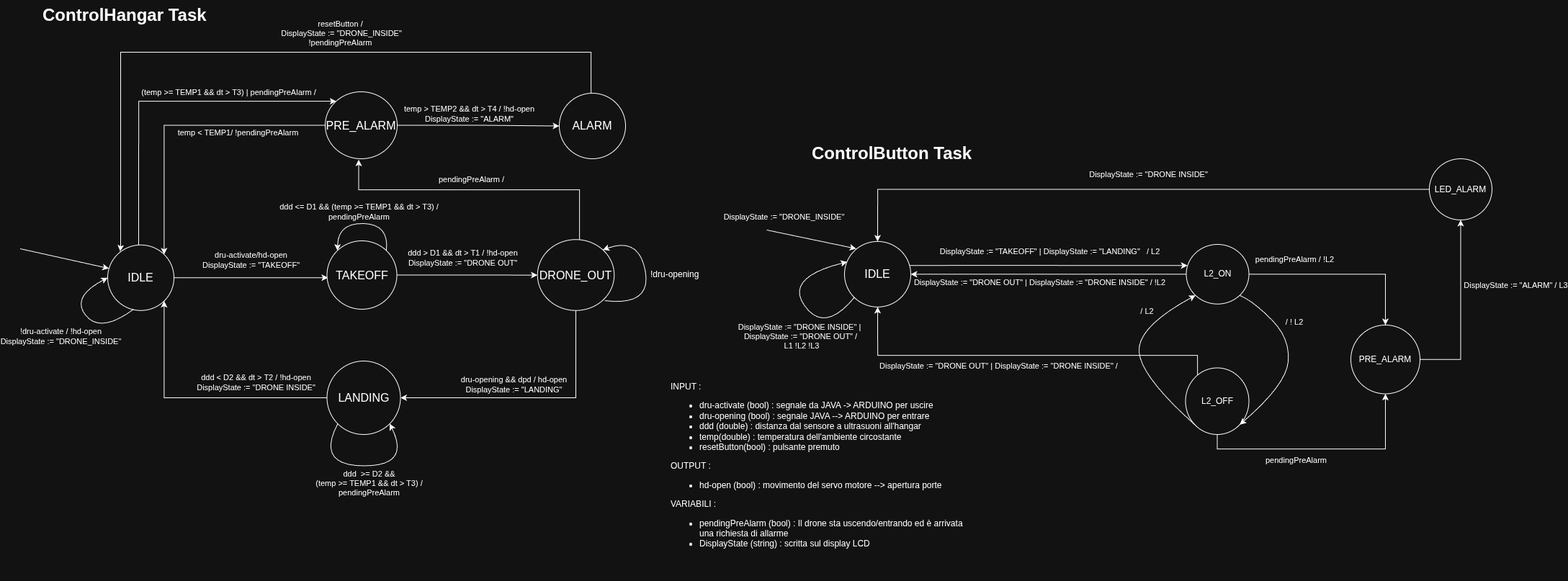
Above: doc/assignement2-FSM.png in gabbosanti/esiot-assignment2 (draw.io), before the change. Source tidied: cells renumbered, new cells last; positions are measured from the earlier drawing's top-left corner, leaving out a move shared by most shapes.
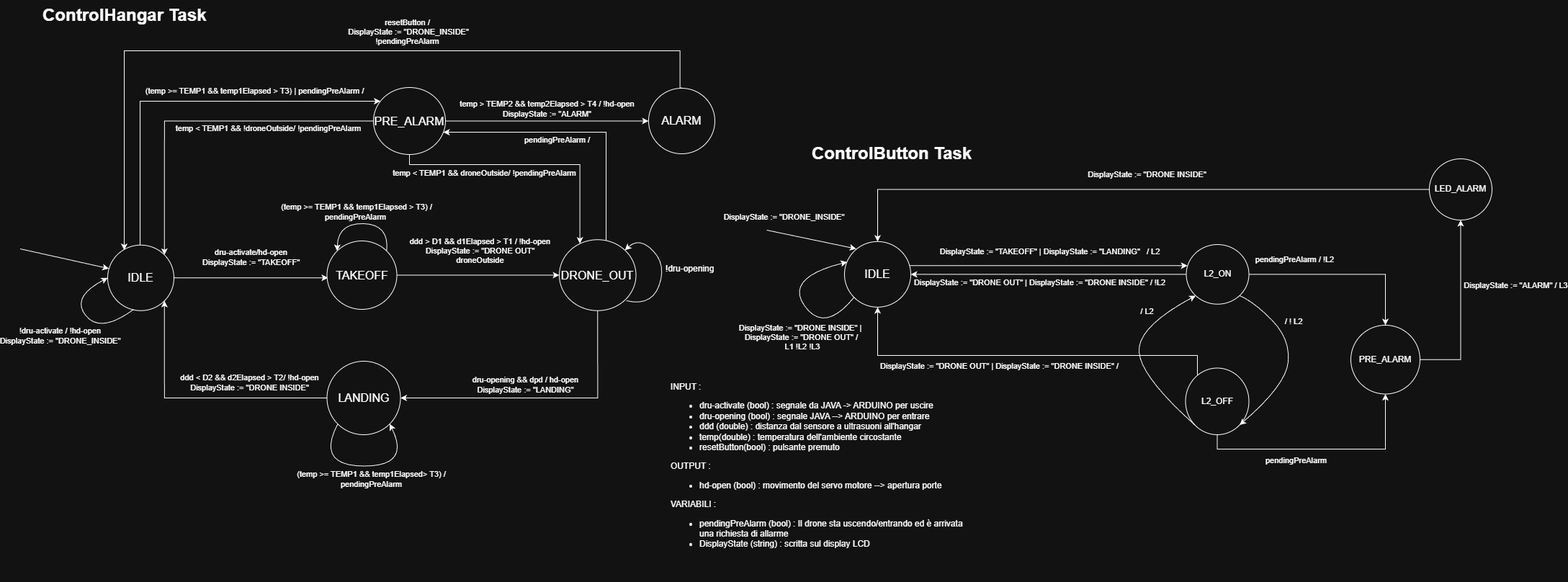
Above is the later version.

Commit message:
sistemata FSM ControlHangarTask da PreAlarma IDLE e DRONE_OUT

Change to the diagram source:
```diff
@@ -7,21 +7,20 @@
     </mxCell>
     <mxCell id="3" value="&lt;div&gt;dru-activate/hd-open&lt;/div&gt;&lt;div&gt;DisplayState := &quot;TAKEOFF&quot;&lt;/div&gt;" style="edgeLabel;html=1;align=center;verticalAlign=middle;" parent="2" vertex="1">
       <mxGeometry x="-0.08" relative="1" as="geometry">
-        <mxPoint x="8" y="-25" as="offset" />
+        <mxPoint x="8" y="-29" as="offset" />
       </mxGeometry>
     </mxCell>
-    <mxCell id="4" style="edgeStyle=orthogonalEdgeStyle;rounded=0;orthogonalLoop=1;jettySize=auto;html=1;entryX=0;entryY=0;entryDx=0;entryDy=0;" parent="1" edge="1">
+    <mxCell id="4" style="edgeStyle=orthogonalEdgeStyle;rounded=0;jettySize=auto;html=1;" parent="1" edge="1" target="30">
       <mxGeometry relative="1" as="geometry">
-        <mxPoint x="164" y="339.7" as="sourcePoint" />
-        <mxPoint x="438.4" y="140.1" as="targetPoint" />
+        <mxPoint x="166" y="339.7" as="sourcePoint" />
         <Array as="points">
-          <mxPoint x="164" y="139.7" />
+          <mxPoint x="166" y="140" />
         </Array>
       </mxGeometry>
     </mxCell>
-    <mxCell id="5" value="(temp &amp;gt;= TEMP1 &amp;amp;&amp;amp; dt &amp;gt; T3) | pendingPreAlarm /" style="edgeLabel;html=1;align=center;verticalAlign=middle;" parent="4" vertex="1">
+    <mxCell id="5" value="(temp &amp;gt;= TEMP1 &amp;amp;&amp;amp; temp1Elapsed &amp;gt; T3) | pendingPreAlarm /" style="edgeLabel;html=1;align=center;verticalAlign=middle;" parent="4" vertex="1">
       <mxGeometry x="0.24" y="1" relative="1" as="geometry">
-        <mxPoint x="31" y="-12" as="offset" />
+        <mxPoint x="29" y="-14" as="offset" />
       </mxGeometry>
     </mxCell>
     <mxCell id="6" value="&lt;font style=&quot;font-size: 16px;&quot;&gt;IDLE&lt;/font&gt;" style="ellipse;whiteSpace=wrap;html=1;" parent="1" vertex="1">
@@ -38,9 +37,9 @@
     <mxCell id="9" style="edgeStyle=orthogonalEdgeStyle;rounded=0;jettySize=auto;html=1;" parent="1" edge="1" source="11" target="17">
       <mxGeometry relative="1" as="geometry" />
     </mxCell>
-    <mxCell id="10" value="ddd &amp;gt; D1 &amp;amp;&amp;amp; dt &amp;gt; T1 / !hd-open&lt;div&gt;DisplayState := &quot;DRONE OUT&quot;&lt;/div&gt;" style="edgeLabel;html=1;align=center;verticalAlign=middle;" parent="9" vertex="1">
+    <mxCell id="10" value="ddd &amp;gt; D1 &amp;amp;&amp;amp; d1Elapsed &amp;gt; T1 / !hd-open&lt;div&gt;DisplayState := &quot;DRONE OUT&quot;&lt;/div&gt;&lt;div&gt;droneOutside&lt;/div&gt;" style="edgeLabel;html=1;align=center;verticalAlign=middle;" parent="9" vertex="1">
       <mxGeometry x="-0.19" y="-1" relative="1" as="geometry">
-        <mxPoint x="11" y="-25" as="offset" />
+        <mxPoint x="23" y="-35" as="offset" />
       </mxGeometry>
     </mxCell>
     <mxCell id="11" value="&lt;div&gt;&lt;font style=&quot;font-size: 16px;&quot;&gt;TAKEOFF&lt;/font&gt;&lt;/div&gt;" style="ellipse;whiteSpace=wrap;html=1;" parent="1" vertex="1">
@@ -57,35 +56,36 @@
         <mxPoint x="-32" y="-22" as="offset" />
       </mxGeometry>
     </mxCell>
-    <mxCell id="15" style="edgeStyle=orthogonalEdgeStyle;rounded=0;jettySize=auto;html=1;entryX=0.465;entryY=1.014;entryDx=0;entryDy=0;entryPerimeter=0;" parent="1" edge="1" source="17" target="30">
-      <mxGeometry relative="1" as="geometry">
-        <Array as="points">
-          <mxPoint x="776" y="263" />
-          <mxPoint x="470" y="263" />
-        </Array>
-      </mxGeometry>
-    </mxCell>
+    <mxCell id="65" style="edgeStyle=orthogonalEdgeStyle;rounded=0;jettySize=auto;html=1;entryX=1;entryY=1;entryDx=0;entryDy=0;exitX=0.61;exitY=0.014;exitDx=0;exitDy=0;exitPerimeter=0;" parent="1" edge="1" source="17">
+      <mxGeometry relative="1" as="geometry">
+        <mxPoint x="587" y="183.3" as="targetPoint" />
+        <Array as="points">
+          <mxPoint x="813" y="183" />
+          <mxPoint x="587" y="183" />
+        </Array>
+      </mxGeometry>
+    </mxCell>
-    <mxCell id="16" value="pendingPreAlarm /" style="edgeLabel;html=1;align=center;verticalAlign=middle;" parent="15" vertex="1">
-      <mxGeometry x="-0.21" relative="1" as="geometry">
-        <mxPoint x="-55" y="-15" as="offset" />
+    <mxCell id="16" value="pendingPreAlarm /" style="edgeLabel;html=1;align=center;verticalAlign=middle;" parent="65" vertex="1">
+      <mxGeometry x="0.32" relative="1" as="geometry">
+        <mxPoint x="29" y="10" as="offset" />
       </mxGeometry>
     </mxCell>
     <mxCell id="17" value="&lt;font style=&quot;font-size: 16px;&quot;&gt;DRONE_OUT&lt;/font&gt;" style="ellipse;whiteSpace=wrap;html=1;" parent="1" vertex="1">
-      <mxGeometry x="717.8" y="332.2" width="106.5" height="98.5" as="geometry" />
+      <mxGeometry x="748" y="332.2" width="106.5" height="98.5" as="geometry" />
     </mxCell>
     <mxCell id="18" style="edgeStyle=orthogonalEdgeStyle;rounded=0;jettySize=auto;html=1;entryX=1;entryY=1;entryDx=0;entryDy=0;exitX=0;exitY=0.5;exitDx=0;exitDy=0;" parent="1" edge="1" source="20" target="6">
       <mxGeometry relative="1" as="geometry" />
     </mxCell>
-    <mxCell id="19" value="ddd &amp;lt; D2 &amp;amp;&amp;amp; dt &amp;gt; T2 / !hd-open&lt;div&gt;DisplayState := &quot;DRONE INSIDE&quot;&lt;/div&gt;" style="edgeLabel;html=1;align=center;verticalAlign=middle;" parent="18" vertex="1">
+    <mxCell id="19" value="ddd &amp;lt; D2 &amp;amp;&amp;amp; d2Elapsed &amp;gt; T2/ !hd-open&lt;div&gt;DisplayState := &quot;DRONE INSIDE&quot;&lt;/div&gt;" style="edgeLabel;html=1;align=center;verticalAlign=middle;" parent="18" vertex="1">
       <mxGeometry x="-0.13" y="-2" relative="1" as="geometry">
-        <mxPoint x="59" y="-20" as="offset" />
+        <mxPoint x="50" y="-20" as="offset" />
       </mxGeometry>
     </mxCell>
     <mxCell id="20" value="&lt;font style=&quot;font-size: 16px;&quot;&gt;LANDING&lt;/font&gt;" style="ellipse;whiteSpace=wrap;html=1;" parent="1" vertex="1">
       <mxGeometry x="425.5" y="501" width="102" height="102" as="geometry" />
     </mxCell>
     <mxCell id="21" value="&lt;div style=&quot;forced-color-adjust: none; box-shadow: none !important;&quot;&gt;!dru-opening&lt;/div&gt;" style="text;whiteSpace=wrap;html=1;" parent="1" vertex="1">
-      <mxGeometry x="873" y="367.5" width="90" height="28" as="geometry" />
+      <mxGeometry x="894" y="359" width="90" height="28" as="geometry" />
     </mxCell>
     <mxCell id="22" style="curved=1;endArrow=classic;html=1;rounded=0;exitX=0.389;exitY=0.983;exitDx=0;exitDy=0;entryX=0;entryY=0.5;entryDx=0;entryDy=0;exitPerimeter=0;" parent="1" edge="1" source="6" target="6">
       <mxGeometry relative="1" as="geometry">
@@ -108,9 +108,9 @@
         </Array>
       </mxGeometry>
     </mxCell>
-    <mxCell id="25" value="ddd&amp;nbsp; &amp;gt;= D2 &amp;amp;&amp;amp;&lt;div&gt;(temp &amp;gt;= TEMP1 &amp;amp;&amp;amp; dt &amp;gt; T3) /&lt;div&gt;pendingPreAlarm&lt;/div&gt;&lt;/div&gt;" style="edgeLabel;html=1;align=center;verticalAlign=middle;" parent="24" vertex="1">
+    <mxCell id="25" value="&lt;span style=&quot;background-color: light-dark(#ffffff, var(--ge-dark-color, #121212)); color: light-dark(rgb(0, 0, 0), rgb(255, 255, 255));&quot;&gt;(temp &amp;gt;= TEMP1 &amp;amp;&amp;amp; temp1Elapsed&amp;gt; T3) /&lt;/span&gt;&lt;div&gt;&lt;div&gt;pendingPreAlarm&lt;/div&gt;&lt;/div&gt;" style="edgeLabel;html=1;align=center;verticalAlign=middle;" parent="24" vertex="1">
       <mxGeometry relative="1" as="geometry">
-        <mxPoint x="8" y="24" as="offset" />
+        <mxPoint x="10" y="18" as="offset" />
       </mxGeometry>
     </mxCell>
     <mxCell id="26" style="curved=1;endArrow=classic;html=1;rounded=0;exitX=1;exitY=0;exitDx=0;exitDy=0;entryX=0;entryY=0;entryDx=0;entryDy=0;" parent="1" edge="1" source="11" target="11">
@@ -121,37 +121,37 @@
         </Array>
       </mxGeometry>
     </mxCell>
-    <mxCell id="27" value="ddd &amp;lt;= D1 &amp;amp;&amp;amp; (temp &amp;gt;= TEMP1 &amp;amp;&amp;amp; dt &amp;gt; T3) /&lt;div&gt;pendingPreAlarm&lt;/div&gt;" style="edgeLabel;html=1;align=center;verticalAlign=middle;" parent="26" vertex="1">
+    <mxCell id="27" value="&amp;nbsp;(temp &amp;gt;= TEMP1 &amp;amp;&amp;amp; temp1Elapsed &amp;gt; T3) /&lt;div&gt;pendingPreAlarm&lt;/div&gt;" style="edgeLabel;html=1;align=center;verticalAlign=middle;" parent="26" vertex="1">
       <mxGeometry relative="1" as="geometry">
-        <mxPoint x="-7" y="-17" as="offset" />
+        <mxPoint x="-11" y="-17" as="offset" />
       </mxGeometry>
     </mxCell>
     <mxCell id="28" style="edgeStyle=orthogonalEdgeStyle;rounded=0;jettySize=auto;html=1;entryX=0;entryY=0.5;entryDx=0;entryDy=0;exitX=1;exitY=0.5;exitDx=0;exitDy=0;" parent="1" edge="1" source="30" target="35">
       <mxGeometry relative="1" as="geometry" />
     </mxCell>
-    <mxCell id="29" value="temp &amp;gt; TEMP2 &amp;amp;&amp;amp; dt &amp;gt; T4 / !hd-open&lt;div&gt;DisplayState := &quot;ALARM&quot;&lt;/div&gt;" style="edgeLabel;html=1;align=center;verticalAlign=middle;" parent="28" vertex="1">
+    <mxCell id="29" value="temp &amp;gt; TEMP2 &amp;amp;&amp;amp; temp2Elapsed &amp;gt; T4 / !hd-open&lt;div&gt;DisplayState := &quot;ALARM&quot;&lt;/div&gt;" style="edgeLabel;html=1;align=center;verticalAlign=middle;" parent="28" vertex="1">
       <mxGeometry x="0.45" y="-2" relative="1" as="geometry">
         <mxPoint x="-63" y="-19" as="offset" />
       </mxGeometry>
     </mxCell>
     <mxCell id="30" value="&lt;span style=&quot;font-size: 16px;&quot;&gt;PRE_ALARM&lt;/span&gt;" style="ellipse;whiteSpace=wrap;html=1;" parent="1" vertex="1">
-      <mxGeometry x="423" y="127" width="100" height="93" as="geometry" />
+      <mxGeometry x="490" y="121" width="100" height="93" as="geometry" />
     </mxCell>
     <mxCell id="31" style="edgeStyle=orthogonalEdgeStyle;rounded=0;jettySize=auto;html=1;entryX=1;entryY=0;entryDx=0;entryDy=0;" parent="1" edge="1" source="30" target="6">
       <mxGeometry relative="1" as="geometry" />
     </mxCell>
-    <mxCell id="32" value="temp &amp;lt; TEMP1/ !pendingPreAlarm" style="edgeLabel;html=1;align=center;verticalAlign=middle;" parent="31" vertex="1">
+    <mxCell id="32" value="temp &amp;lt; TEMP1 &amp;amp;&amp;amp; !droneOutside/ !pendingPreAlarm" style="edgeLabel;html=1;align=center;verticalAlign=middle;" parent="31" vertex="1">
       <mxGeometry x="-0.33" relative="1" as="geometry">
         <mxPoint x="13" y="10" as="offset" />
       </mxGeometry>
     </mxCell>
-    <mxCell id="33" style="edgeStyle=orthogonalEdgeStyle;rounded=0;jettySize=auto;html=1;entryX=0.189;entryY=0.098;entryDx=0;entryDy=0;exitX=0.443;exitY=0.018;exitDx=0;exitDy=0;entryPerimeter=0;exitPerimeter=0;" parent="1" edge="1" source="35" target="6">
+    <mxCell id="33" style="edgeStyle=orthogonalEdgeStyle;rounded=0;orthogonalLoop=1;jettySize=auto;html=1;entryX=0.189;entryY=0.098;entryDx=0;entryDy=0;exitX=0.443;exitY=0.018;exitDx=0;exitDy=0;entryPerimeter=0;exitPerimeter=0;" parent="1" edge="1">
       <mxGeometry relative="1" as="geometry">
+        <mxPoint x="918.4" y="121.7" as="sourcePoint" />
+        <mxPoint x="144" y="346.7" as="targetPoint" />
         <Array as="points">
-          <mxPoint x="792" y="72" />
-          <mxPoint x="139" y="72" />
-          <mxPoint x="139" y="342" />
-          <mxPoint x="138" y="342" />
+          <mxPoint x="915.6" y="70" />
+          <mxPoint x="143.6" y="70" />
         </Array>
       </mxGeometry>
     </mxCell>
@@ -161,12 +161,13 @@
       </mxGeometry>
     </mxCell>
     <mxCell id="35" value="&lt;span style=&quot;font-size: 16px;&quot;&gt;ALARM&lt;/span&gt;" style="ellipse;whiteSpace=wrap;html=1;" parent="1" vertex="1">
-      <mxGeometry x="748" y="129" width="92" height="91" as="geometry" />
+      <mxGeometry x="872" y="122" width="92" height="91" as="geometry" />
     </mxCell>
     <mxCell id="36" style="curved=1;endArrow=classic;html=1;rounded=0;exitX=0.876;exitY=0.861;exitDx=0;exitDy=0;entryX=1;entryY=0;entryDx=0;entryDy=0;exitPerimeter=0;" parent="1" edge="1" source="17" target="17">
       <mxGeometry relative="1" as="geometry">
         <Array as="points">
           <mxPoint x="876" y="425" />
+          <mxPoint x="897" y="367" />
           <mxPoint x="859" y="328" />
         </Array>
       </mxGeometry>
@@ -300,5 +301,18 @@
     <mxCell id="64" value="&lt;h1 style=&quot;margin-top: 0px;&quot;&gt;ControlButton Task&lt;/h1&gt;" style="text;whiteSpace=wrap;html=1;" parent="1" vertex="1">
       <mxGeometry x="1097" y="192" width="256" height="67" as="geometry" />
     </mxCell>
+    <mxCell id="66" style="edgeStyle=orthogonalEdgeStyle;rounded=0;jettySize=auto;html=1;entryX=0.269;entryY=0.055;entryDx=0;entryDy=0;entryPerimeter=0;" parent="1" edge="1" source="30" target="17">
+      <mxGeometry relative="1" as="geometry">
+        <Array as="points">
+          <mxPoint x="540" y="228" />
+          <mxPoint x="777" y="228" />
+        </Array>
+      </mxGeometry>
+    </mxCell>
+    <mxCell id="67" value="temp &amp;lt; TEMP1 &amp;amp;&amp;amp; droneOutside/ !pendingPreAlarm" style="edgeLabel;html=1;align=center;verticalAlign=middle;" parent="66" vertex="1">
+      <mxGeometry x="-0.19" y="-1" relative="1" as="geometry">
+        <mxPoint x="-29" y="10" as="offset" />
+      </mxGeometry>
+    </mxCell>
   </root>
 </mxGraphModel>
```
